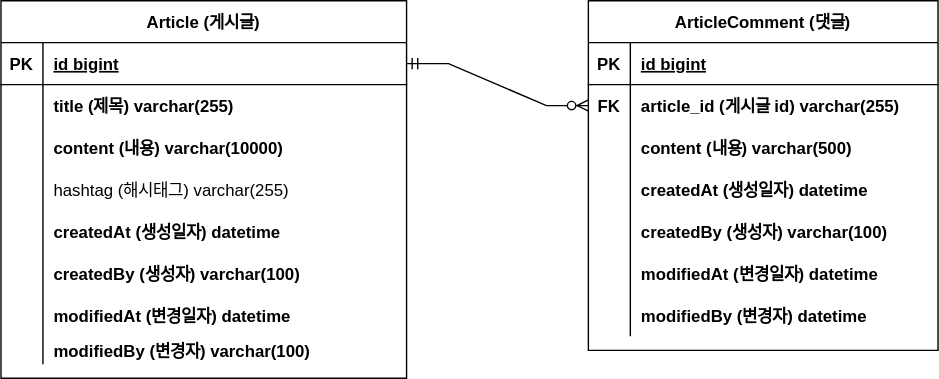
Above: document/project-board-erd.svg in TwOneZero/fastcampus-project-board (draw.io), before the change. Source tidied: cells renumbered, new cells last; positions are measured from the earlier drawing's top-left corner, leaving out a move shared by most shapes.
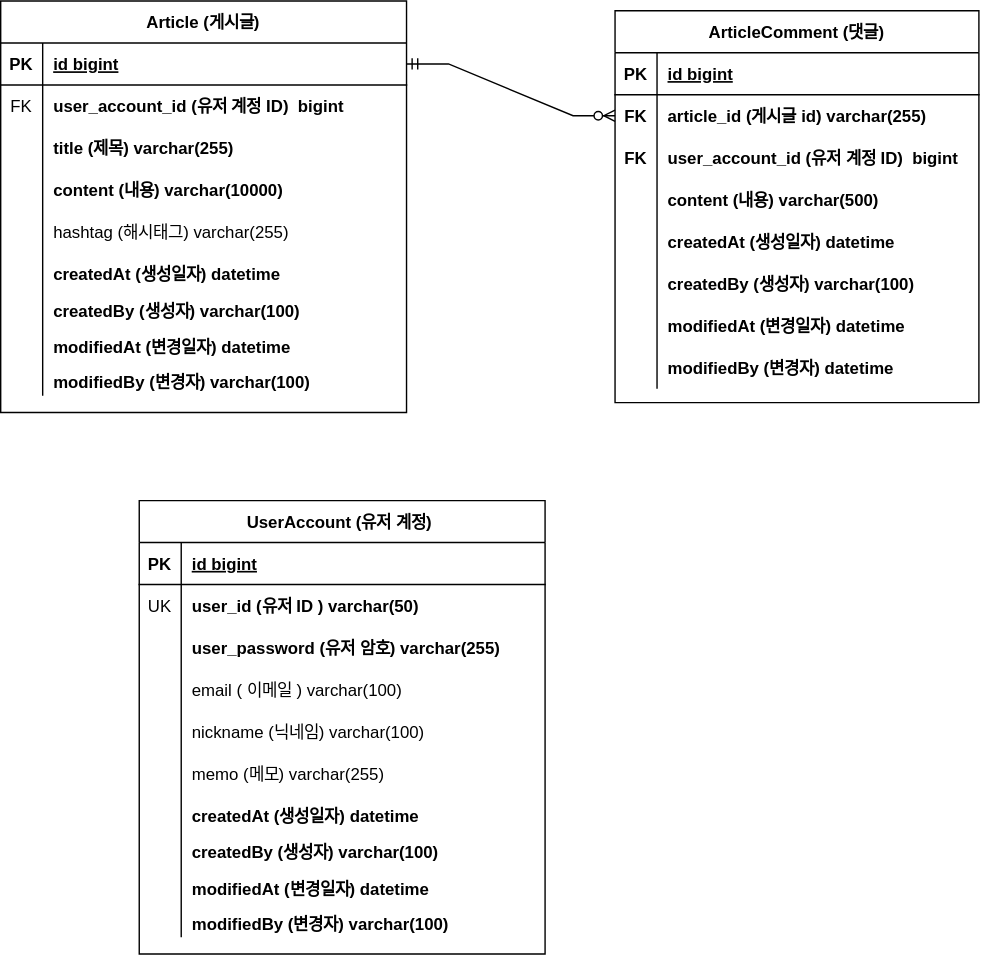
The same file after the commit.

Commit message:
#17 - 회원 도메인 erd : project-board-erd.svg 업데이트

Diff of the diagram source:
```diff
@@ -3,7 +3,7 @@
     <mxCell id="0" />
     <mxCell id="1" parent="0" />
     <mxCell id="2" value="Article (게시글)" style="shape=table;startSize=30;rowLines=0;fontStyle=1;align=center;" parent="1" vertex="1">
-      <mxGeometry width="290" height="270" as="geometry" />
+      <mxGeometry x="11" y="-7" width="290" height="294" as="geometry" />
     </mxCell>
     <mxCell id="3" style="shape=partialRectangle;fillColor=none;points=[[0,0.5],[1,0.5]];portConstraint=eastwest;top=0;left=0;right=0;bottom=1;" parent="2" vertex="1">
       <mxGeometry y="30" width="290" height="30" as="geometry" />
@@ -17,14 +17,23 @@
     <mxCell id="6" style="shape=partialRectangle;fillColor=none;top=0;left=0;right=0;bottom=0;" parent="2" vertex="1">
       <mxGeometry y="60" width="290" height="30" as="geometry" />
     </mxCell>
-    <mxCell id="7" style="shape=partialRectangle;overflow=hidden;fillColor=none;top=0;left=0;bottom=0;right=0;" parent="6" vertex="1">
+    <mxCell id="7" value="FK" style="shape=partialRectangle;overflow=hidden;fillColor=none;top=0;left=0;bottom=0;right=0;" parent="6" vertex="1">
       <mxGeometry width="30" height="30" as="geometry" />
     </mxCell>
-    <mxCell id="8" value="title (제목) varchar(255) " style="shape=partialRectangle;overflow=hidden;fillColor=none;top=0;left=0;bottom=0;right=0;align=left;spacingLeft=6;fontStyle=1;" parent="6" vertex="1">
+    <mxCell id="8" value="user_account_id (유저 계정 ID)  bigint" style="shape=partialRectangle;overflow=hidden;fillColor=none;top=0;left=0;bottom=0;right=0;align=left;spacingLeft=6;fontStyle=1;" parent="6" vertex="1">
       <mxGeometry x="30" width="260" height="30" as="geometry" />
     </mxCell>
+    <mxCell id="50" style="shape=partialRectangle;fillColor=none;top=0;left=0;right=0;bottom=0;" parent="2" vertex="1">
+      <mxGeometry y="90" width="290" height="30" as="geometry" />
+    </mxCell>
+    <mxCell id="51" style="shape=partialRectangle;overflow=hidden;fillColor=none;top=0;left=0;bottom=0;right=0;" parent="50" vertex="1">
+      <mxGeometry width="30" height="30" as="geometry" />
+    </mxCell>
+    <mxCell id="52" value="title (제목) varchar(255) " style="shape=partialRectangle;overflow=hidden;fillColor=none;top=0;left=0;bottom=0;right=0;align=left;spacingLeft=6;fontStyle=1;" parent="50" vertex="1">
+      <mxGeometry x="30" width="260" height="30" as="geometry" />
+    </mxCell>
     <mxCell id="9" style="shape=partialRectangle;fillColor=none;top=0;left=0;right=0;bottom=0;" parent="2" vertex="1">
-      <mxGeometry y="90" width="290" height="30" as="geometry" />
+      <mxGeometry y="120" width="290" height="30" as="geometry" />
     </mxCell>
     <mxCell id="10" style="shape=partialRectangle;overflow=hidden;fillColor=none;top=0;left=0;bottom=0;right=0;" parent="9" vertex="1">
       <mxGeometry width="30" height="30" as="geometry" />
@@ -33,7 +42,7 @@
       <mxGeometry x="30" width="260" height="30" as="geometry" />
     </mxCell>
     <mxCell id="12" style="shape=partialRectangle;fillColor=none;top=0;left=0;right=0;bottom=0;" parent="2" vertex="1">
-      <mxGeometry y="120" width="290" height="30" as="geometry" />
+      <mxGeometry y="150" width="290" height="30" as="geometry" />
     </mxCell>
     <mxCell id="13" value="  &#10;" style="shape=partialRectangle;overflow=hidden;fillColor=none;top=0;left=0;bottom=0;right=0;" parent="12" vertex="1">
       <mxGeometry width="30" height="30" as="geometry" />
@@ -42,7 +51,7 @@
       <mxGeometry x="30" width="260" height="30" as="geometry" />
     </mxCell>
     <mxCell id="15" style="shape=partialRectangle;fillColor=none;top=0;left=0;right=0;bottom=0;" parent="2" vertex="1">
-      <mxGeometry y="150" width="290" height="30" as="geometry" />
+      <mxGeometry y="180" width="290" height="30" as="geometry" />
     </mxCell>
     <mxCell id="16" value="  &#10;" style="shape=partialRectangle;overflow=hidden;fillColor=none;top=0;left=0;bottom=0;right=0;" parent="15" vertex="1">
       <mxGeometry width="30" height="30" as="geometry" />
@@ -51,16 +60,16 @@
       <mxGeometry x="30" width="260" height="30" as="geometry" />
     </mxCell>
     <mxCell id="18" style="shape=partialRectangle;fillColor=none;top=0;left=0;right=0;bottom=0;" parent="2" vertex="1">
-      <mxGeometry y="180" width="290" height="30" as="geometry" />
+      <mxGeometry y="210" width="290" height="22" as="geometry" />
     </mxCell>
     <mxCell id="19" style="shape=partialRectangle;overflow=hidden;fillColor=none;top=0;left=0;bottom=0;right=0;" parent="18" vertex="1">
-      <mxGeometry width="30" height="30" as="geometry" />
+      <mxGeometry width="30" height="22" as="geometry" />
     </mxCell>
     <mxCell id="20" value="createdBy (생성자) varchar(100)" style="shape=partialRectangle;overflow=hidden;fillColor=none;top=0;left=0;bottom=0;right=0;align=left;spacingLeft=6;fontStyle=1;" parent="18" vertex="1">
-      <mxGeometry x="30" width="260" height="30" as="geometry" />
+      <mxGeometry x="30" width="260" height="22" as="geometry" />
     </mxCell>
     <mxCell id="21" style="shape=partialRectangle;fillColor=none;top=0;left=0;right=0;bottom=0;" parent="2" vertex="1">
-      <mxGeometry y="210" width="290" height="30" as="geometry" />
+      <mxGeometry y="232" width="290" height="30" as="geometry" />
     </mxCell>
     <mxCell id="22" style="shape=partialRectangle;overflow=hidden;fillColor=none;top=0;left=0;bottom=0;right=0;" parent="21" vertex="1">
       <mxGeometry width="30" height="30" as="geometry" />
@@ -69,7 +78,7 @@
       <mxGeometry x="30" width="260" height="30" as="geometry" />
     </mxCell>
     <mxCell id="24" style="shape=partialRectangle;fillColor=none;top=0;left=0;right=0;bottom=0;" parent="2" vertex="1">
-      <mxGeometry y="240" width="290" height="20" as="geometry" />
+      <mxGeometry y="262" width="290" height="20" as="geometry" />
     </mxCell>
     <mxCell id="25" style="shape=partialRectangle;overflow=hidden;fillColor=none;top=0;left=0;bottom=0;right=0;" parent="24" vertex="1">
       <mxGeometry width="30" height="20" as="geometry" />
@@ -78,73 +87,175 @@
       <mxGeometry x="30" width="260" height="20" as="geometry" />
     </mxCell>
     <mxCell id="27" value="ArticleComment (댓글)" style="shape=table;startSize=30;rowLines=0;fontStyle=1;align=center;" parent="1" vertex="1">
-      <mxGeometry x="420" width="250" height="250" as="geometry" />
+      <mxGeometry x="450" width="260" height="280" as="geometry" />
     </mxCell>
     <mxCell id="28" style="shape=partialRectangle;fillColor=none;top=0;left=0;right=0;bottom=1;" parent="27" vertex="1">
-      <mxGeometry y="30" width="250" height="30" as="geometry" />
+      <mxGeometry y="30" width="260" height="30" as="geometry" />
     </mxCell>
     <mxCell id="29" value="PK" style="shape=partialRectangle;overflow=hidden;fillColor=none;top=0;left=0;bottom=0;right=0;fontStyle=1;" parent="28" vertex="1">
       <mxGeometry width="30" height="30" as="geometry" />
     </mxCell>
     <mxCell id="30" value="id bigint" style="shape=partialRectangle;overflow=hidden;fillColor=none;top=0;left=0;bottom=0;right=0;align=left;spacingLeft=6;fontStyle=5;" parent="28" vertex="1">
-      <mxGeometry x="30" width="220" height="30" as="geometry" />
+      <mxGeometry x="30" width="230" height="30" as="geometry" />
     </mxCell>
     <mxCell id="31" style="shape=partialRectangle;fillColor=none;points=[[0,0.5],[1,0.5]];portConstraint=eastwest;top=0;left=0;right=0;bottom=0;" parent="27" vertex="1">
-      <mxGeometry y="60" width="250" height="30" as="geometry" />
+      <mxGeometry y="60" width="260" height="30" as="geometry" />
     </mxCell>
     <mxCell id="32" value="FK" style="shape=partialRectangle;overflow=hidden;fillColor=none;top=0;left=0;bottom=0;right=0;fontStyle=1;" parent="31" vertex="1">
       <mxGeometry width="30" height="30" as="geometry" />
     </mxCell>
     <mxCell id="33" value="article_id (게시글 id) varchar(255) " style="shape=partialRectangle;overflow=hidden;fillColor=none;top=0;left=0;bottom=0;right=0;align=left;spacingLeft=6;fontStyle=1;" parent="31" vertex="1">
-      <mxGeometry x="30" width="220" height="30" as="geometry" />
+      <mxGeometry x="30" width="230" height="30" as="geometry" />
     </mxCell>
+    <mxCell id="53" style="shape=partialRectangle;fillColor=none;top=0;left=0;right=0;bottom=0;" parent="27" vertex="1">
+      <mxGeometry y="90" width="260" height="30" as="geometry" />
+    </mxCell>
+    <mxCell id="54" value="FK" style="shape=partialRectangle;overflow=hidden;fillColor=none;top=0;left=0;bottom=0;right=0;fontStyle=1;" parent="53" vertex="1">
+      <mxGeometry width="30" height="30" as="geometry" />
+    </mxCell>
+    <mxCell id="55" value="user_account_id (유저 계정 ID)  bigint" style="shape=partialRectangle;overflow=hidden;fillColor=none;top=0;left=0;bottom=0;right=0;align=left;spacingLeft=6;fontStyle=1;" parent="53" vertex="1">
+      <mxGeometry x="30" width="230" height="30" as="geometry" />
+    </mxCell>
     <mxCell id="34" style="shape=partialRectangle;fillColor=none;top=0;left=0;right=0;bottom=0;" parent="27" vertex="1">
-      <mxGeometry y="90" width="250" height="30" as="geometry" />
+      <mxGeometry y="120" width="260" height="30" as="geometry" />
     </mxCell>
     <mxCell id="35" style="shape=partialRectangle;overflow=hidden;fillColor=none;top=0;left=0;bottom=0;right=0;" parent="34" vertex="1">
       <mxGeometry width="30" height="30" as="geometry" />
     </mxCell>
     <mxCell id="36" value="content (내용) varchar(500) " style="shape=partialRectangle;overflow=hidden;fillColor=none;top=0;left=0;bottom=0;right=0;align=left;spacingLeft=6;fontStyle=1;" parent="34" vertex="1">
-      <mxGeometry x="30" width="220" height="30" as="geometry" />
+      <mxGeometry x="30" width="230" height="30" as="geometry" />
     </mxCell>
     <mxCell id="37" style="shape=partialRectangle;fillColor=none;top=0;left=0;right=0;bottom=0;" parent="27" vertex="1">
-      <mxGeometry y="120" width="250" height="30" as="geometry" />
+      <mxGeometry y="150" width="260" height="30" as="geometry" />
     </mxCell>
     <mxCell id="38" value="  &#10;" style="shape=partialRectangle;overflow=hidden;fillColor=none;top=0;left=0;bottom=0;right=0;" parent="37" vertex="1">
       <mxGeometry width="30" height="30" as="geometry" />
     </mxCell>
     <mxCell id="39" value="createdAt (생성일자) datetime" style="shape=partialRectangle;overflow=hidden;fillColor=none;top=0;left=0;bottom=0;right=0;align=left;spacingLeft=6;fontStyle=1;" parent="37" vertex="1">
-      <mxGeometry x="30" width="220" height="30" as="geometry" />
+      <mxGeometry x="30" width="230" height="30" as="geometry" />
     </mxCell>
     <mxCell id="40" style="shape=partialRectangle;fillColor=none;top=0;left=0;right=0;bottom=0;" parent="27" vertex="1">
-      <mxGeometry y="150" width="250" height="30" as="geometry" />
+      <mxGeometry y="180" width="260" height="30" as="geometry" />
     </mxCell>
     <mxCell id="41" style="shape=partialRectangle;overflow=hidden;fillColor=none;top=0;left=0;bottom=0;right=0;" parent="40" vertex="1">
       <mxGeometry width="30" height="30" as="geometry" />
     </mxCell>
     <mxCell id="42" value="createdBy (생성자) varchar(100)" style="shape=partialRectangle;overflow=hidden;fillColor=none;top=0;left=0;bottom=0;right=0;align=left;spacingLeft=6;fontStyle=1;" parent="40" vertex="1">
-      <mxGeometry x="30" width="220" height="30" as="geometry" />
+      <mxGeometry x="30" width="230" height="30" as="geometry" />
     </mxCell>
     <mxCell id="43" style="shape=partialRectangle;fillColor=none;top=0;left=0;right=0;bottom=0;" parent="27" vertex="1">
-      <mxGeometry y="180" width="250" height="30" as="geometry" />
+      <mxGeometry y="210" width="260" height="30" as="geometry" />
     </mxCell>
     <mxCell id="44" style="shape=partialRectangle;overflow=hidden;fillColor=none;top=0;left=0;bottom=0;right=0;" parent="43" vertex="1">
       <mxGeometry width="30" height="30" as="geometry" />
     </mxCell>
     <mxCell id="45" value="modifiedAt (변경일자) datetime" style="shape=partialRectangle;overflow=hidden;fillColor=none;top=0;left=0;bottom=0;right=0;align=left;spacingLeft=6;fontStyle=1;" parent="43" vertex="1">
-      <mxGeometry x="30" width="220" height="30" as="geometry" />
+      <mxGeometry x="30" width="230" height="30" as="geometry" />
     </mxCell>
     <mxCell id="46" style="shape=partialRectangle;fillColor=none;top=0;left=0;right=0;bottom=0;" parent="27" vertex="1">
-      <mxGeometry y="210" width="250" height="30" as="geometry" />
+      <mxGeometry y="240" width="260" height="30" as="geometry" />
     </mxCell>
     <mxCell id="47" style="shape=partialRectangle;overflow=hidden;fillColor=none;top=0;left=0;bottom=0;right=0;" parent="46" vertex="1">
       <mxGeometry width="30" height="30" as="geometry" />
     </mxCell>
     <mxCell id="48" value="modifiedBy (변경자) datetime" style="shape=partialRectangle;overflow=hidden;fillColor=none;top=0;left=0;bottom=0;right=0;align=left;spacingLeft=6;fontStyle=1;" parent="46" vertex="1">
-      <mxGeometry x="30" width="220" height="30" as="geometry" />
+      <mxGeometry x="30" width="230" height="30" as="geometry" />
     </mxCell>
     <mxCell id="49" style="edgeStyle=entityRelationEdgeStyle;fontSize=12;html=1;endArrow=ERzeroToMany;startArrow=ERmandOne;rounded=0;" parent="1" edge="1" source="3" target="31">
       <mxGeometry relative="1" as="geometry" />
     </mxCell>
+    <mxCell id="56" value="UserAccount (유저 계정) " style="shape=table;startSize=30;rowLines=0;fontStyle=1;align=center;" parent="1" vertex="1">
+      <mxGeometry x="110" y="350" width="290" height="324" as="geometry" />
+    </mxCell>
+    <mxCell id="57" style="shape=partialRectangle;fillColor=none;top=0;left=0;right=0;bottom=1;" parent="56" vertex="1">
+      <mxGeometry y="30" width="290" height="30" as="geometry" />
+    </mxCell>
+    <mxCell id="58" value="PK" style="shape=partialRectangle;overflow=hidden;fillColor=none;top=0;left=0;bottom=0;right=0;fontStyle=1;" parent="57" vertex="1">
+      <mxGeometry width="30" height="30" as="geometry" />
+    </mxCell>
+    <mxCell id="59" value="id bigint" style="shape=partialRectangle;overflow=hidden;fillColor=none;top=0;left=0;bottom=0;right=0;align=left;spacingLeft=6;fontStyle=5;" parent="57" vertex="1">
+      <mxGeometry x="30" width="260" height="30" as="geometry" />
+    </mxCell>
+    <mxCell id="60" style="shape=partialRectangle;fillColor=none;top=0;left=0;right=0;bottom=0;" parent="56" vertex="1">
+      <mxGeometry y="60" width="290" height="30" as="geometry" />
+    </mxCell>
+    <mxCell id="61" value="UK" style="shape=partialRectangle;overflow=hidden;fillColor=none;top=0;left=0;bottom=0;right=0;" parent="60" vertex="1">
+      <mxGeometry width="30" height="30" as="geometry" />
+    </mxCell>
+    <mxCell id="62" value="user_id (유저 ID ) varchar(50)" style="shape=partialRectangle;overflow=hidden;fillColor=none;top=0;left=0;bottom=0;right=0;align=left;spacingLeft=6;fontStyle=1;" parent="60" vertex="1">
+      <mxGeometry x="30" width="260" height="30" as="geometry" />
+    </mxCell>
+    <mxCell id="63" style="shape=partialRectangle;fillColor=none;top=0;left=0;right=0;bottom=0;" parent="56" vertex="1">
+      <mxGeometry y="90" width="290" height="30" as="geometry" />
+    </mxCell>
+    <mxCell id="64" style="shape=partialRectangle;overflow=hidden;fillColor=none;top=0;left=0;bottom=0;right=0;" parent="63" vertex="1">
+      <mxGeometry width="30" height="30" as="geometry" />
+    </mxCell>
+    <mxCell id="65" value="user_password (유저 암호) varchar(255)" style="shape=partialRectangle;overflow=hidden;fillColor=none;top=0;left=0;bottom=0;right=0;align=left;spacingLeft=6;fontStyle=1;" parent="63" vertex="1">
+      <mxGeometry x="30" width="260" height="30" as="geometry" />
+    </mxCell>
+    <mxCell id="66" style="shape=partialRectangle;fillColor=none;top=0;left=0;right=0;bottom=0;" parent="56" vertex="1">
+      <mxGeometry y="120" width="290" height="30" as="geometry" />
+    </mxCell>
+    <mxCell id="67" style="shape=partialRectangle;overflow=hidden;fillColor=none;top=0;left=0;bottom=0;right=0;" parent="66" vertex="1">
+      <mxGeometry width="30" height="30" as="geometry" />
+    </mxCell>
+    <mxCell id="68" value="email ( 이메일 ) varchar(100)" style="shape=partialRectangle;overflow=hidden;fillColor=none;top=0;left=0;bottom=0;right=0;align=left;spacingLeft=6;fontStyle=0;" parent="66" vertex="1">
+      <mxGeometry x="30" width="260" height="30" as="geometry" />
+    </mxCell>
+    <mxCell id="69" style="shape=partialRectangle;fillColor=none;top=0;left=0;right=0;bottom=0;" parent="56" vertex="1">
+      <mxGeometry y="150" width="290" height="30" as="geometry" />
+    </mxCell>
+    <mxCell id="70" value="  &#10;" style="shape=partialRectangle;overflow=hidden;fillColor=none;top=0;left=0;bottom=0;right=0;" parent="69" vertex="1">
+      <mxGeometry width="30" height="30" as="geometry" />
+    </mxCell>
+    <mxCell id="71" value="nickname (닉네임) varchar(100)" style="shape=partialRectangle;overflow=hidden;fillColor=none;top=0;left=0;bottom=0;right=0;align=left;spacingLeft=6;" parent="69" vertex="1">
+      <mxGeometry x="30" width="260" height="30" as="geometry" />
+    </mxCell>
+    <mxCell id="72" style="shape=partialRectangle;fillColor=none;top=0;left=0;right=0;bottom=0;" parent="56" vertex="1">
+      <mxGeometry y="180" width="290" height="30" as="geometry" />
+    </mxCell>
+    <mxCell id="73" style="shape=partialRectangle;overflow=hidden;fillColor=none;top=0;left=0;bottom=0;right=0;" parent="72" vertex="1">
+      <mxGeometry width="30" height="30" as="geometry" />
+    </mxCell>
+    <mxCell id="74" value="memo (메모) varchar(255)" style="shape=partialRectangle;overflow=hidden;fillColor=none;top=0;left=0;bottom=0;right=0;align=left;spacingLeft=6;" parent="72" vertex="1">
+      <mxGeometry x="30" width="260" height="30" as="geometry" />
+    </mxCell>
+    <mxCell id="75" style="shape=partialRectangle;fillColor=none;top=0;left=0;right=0;bottom=0;" parent="56" vertex="1">
+      <mxGeometry y="210" width="290" height="30" as="geometry" />
+    </mxCell>
+    <mxCell id="76" value="  &#10;" style="shape=partialRectangle;overflow=hidden;fillColor=none;top=0;left=0;bottom=0;right=0;" parent="75" vertex="1">
+      <mxGeometry width="30" height="30" as="geometry" />
+    </mxCell>
+    <mxCell id="77" value="createdAt (생성일자) datetime" style="shape=partialRectangle;overflow=hidden;fillColor=none;top=0;left=0;bottom=0;right=0;align=left;spacingLeft=6;fontStyle=1;" parent="75" vertex="1">
+      <mxGeometry x="30" width="260" height="30" as="geometry" />
+    </mxCell>
+    <mxCell id="78" style="shape=partialRectangle;fillColor=none;top=0;left=0;right=0;bottom=0;" parent="56" vertex="1">
+      <mxGeometry y="240" width="290" height="22" as="geometry" />
+    </mxCell>
+    <mxCell id="79" style="shape=partialRectangle;overflow=hidden;fillColor=none;top=0;left=0;bottom=0;right=0;" parent="78" vertex="1">
+      <mxGeometry width="30" height="22" as="geometry" />
+    </mxCell>
+    <mxCell id="80" value="createdBy (생성자) varchar(100)" style="shape=partialRectangle;overflow=hidden;fillColor=none;top=0;left=0;bottom=0;right=0;align=left;spacingLeft=6;fontStyle=1;" parent="78" vertex="1">
+      <mxGeometry x="30" width="260" height="22" as="geometry" />
+    </mxCell>
+    <mxCell id="81" style="shape=partialRectangle;fillColor=none;top=0;left=0;right=0;bottom=0;" parent="56" vertex="1">
+      <mxGeometry y="262" width="290" height="30" as="geometry" />
+    </mxCell>
+    <mxCell id="82" style="shape=partialRectangle;overflow=hidden;fillColor=none;top=0;left=0;bottom=0;right=0;" parent="81" vertex="1">
+      <mxGeometry width="30" height="30" as="geometry" />
+    </mxCell>
+    <mxCell id="83" value="modifiedAt (변경일자) datetime" style="shape=partialRectangle;overflow=hidden;fillColor=none;top=0;left=0;bottom=0;right=0;align=left;spacingLeft=6;fontStyle=1;" parent="81" vertex="1">
+      <mxGeometry x="30" width="260" height="30" as="geometry" />
+    </mxCell>
+    <mxCell id="84" style="shape=partialRectangle;fillColor=none;top=0;left=0;right=0;bottom=0;" parent="56" vertex="1">
+      <mxGeometry y="292" width="290" height="20" as="geometry" />
+    </mxCell>
+    <mxCell id="85" style="shape=partialRectangle;overflow=hidden;fillColor=none;top=0;left=0;bottom=0;right=0;" parent="84" vertex="1">
+      <mxGeometry width="30" height="20" as="geometry" />
+    </mxCell>
+    <mxCell id="86" value="modifiedBy (변경자) varchar(100)" style="shape=partialRectangle;overflow=hidden;fillColor=none;top=0;left=0;bottom=0;right=0;align=left;spacingLeft=6;fontStyle=1;" parent="84" vertex="1">
+      <mxGeometry x="30" width="260" height="20" as="geometry" />
+    </mxCell>
   </root>
 </mxGraphModel>
```
